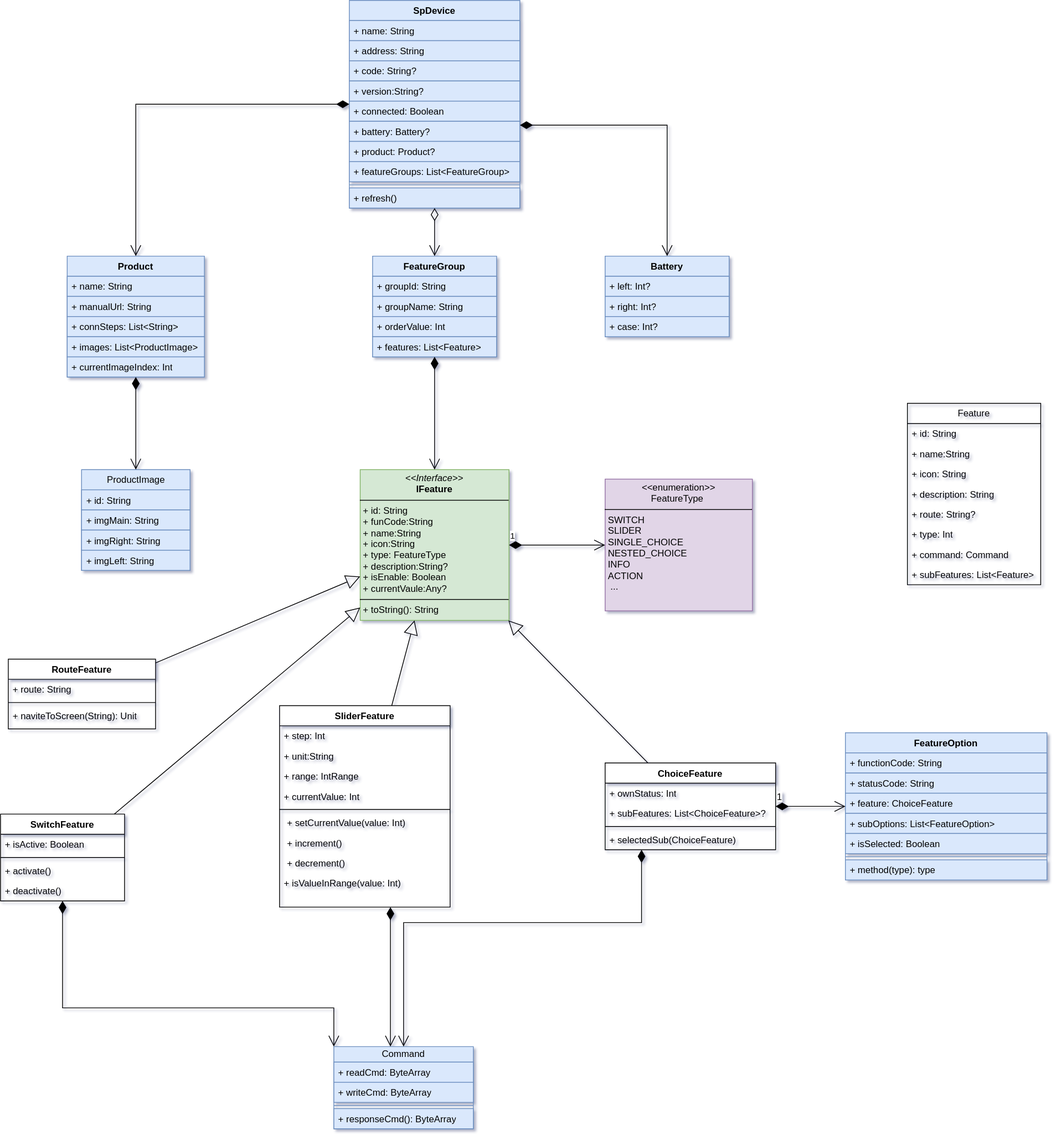
Before: sp-device.drawio.svg, a diagram exported from draw.io (kekemao00/draw-libs). Source tidied: cells renumbered, new cells last; positions are measured from the earlier drawing's top-left corner, leaving out a move shared by most shapes.
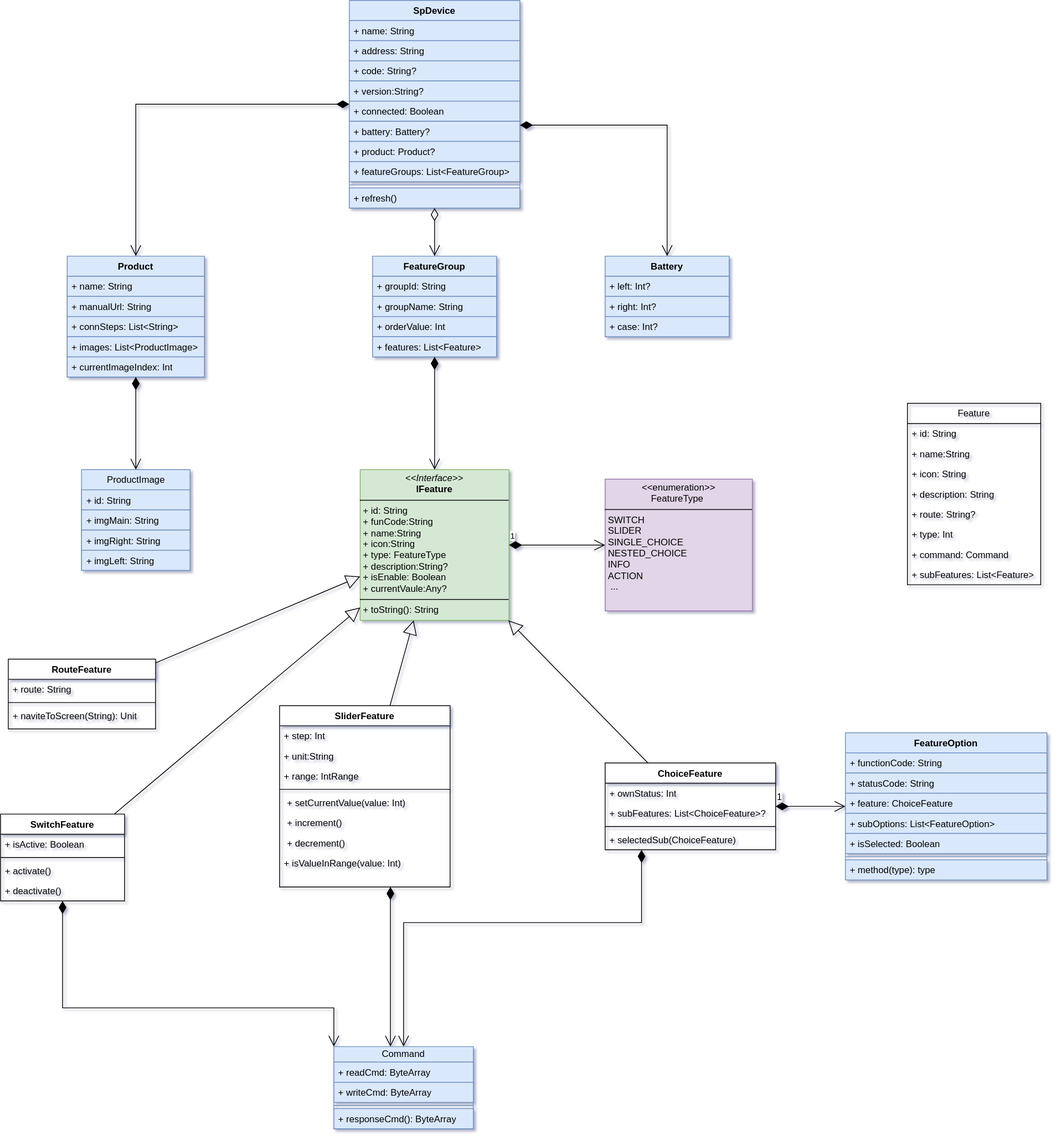
After the commit.

Diff of the diagram source:
```diff
@@ -257,7 +257,7 @@
       <mxGeometry y="86" width="160" height="26" as="geometry" />
     </mxCell>
     <mxCell id="80" value="SliderFeature" style="swimlane;fontStyle=1;align=center;verticalAlign=top;horizontal=1;startSize=26;whiteSpace=wrap;html=1;" parent="1" vertex="1">
-      <mxGeometry x="360" y="910" width="220" height="260" as="geometry" />
+      <mxGeometry x="360" y="910" width="220" height="234" as="geometry" />
     </mxCell>
     <mxCell id="81" value="+&amp;nbsp;step: Int" style="text;strokeColor=none;fillColor=none;align=left;verticalAlign=top;spacingLeft=4;spacingRight=4;overflow=hidden;whiteSpace=wrap;html=1;" parent="80" vertex="1">
       <mxGeometry y="26" width="220" height="26" as="geometry" />
@@ -268,23 +268,20 @@
     <mxCell id="83" value="+ range: IntRange" style="text;strokeColor=none;fillColor=none;align=left;verticalAlign=top;spacingLeft=4;spacingRight=4;overflow=hidden;whiteSpace=wrap;html=1;" parent="80" vertex="1">
       <mxGeometry y="78" width="220" height="26" as="geometry" />
     </mxCell>
-    <mxCell id="84" value="+&amp;nbsp;currentValue: Int" style="text;strokeColor=none;fillColor=none;align=left;verticalAlign=top;spacingLeft=4;spacingRight=4;overflow=hidden;whiteSpace=wrap;html=1;" parent="80" vertex="1">
-      <mxGeometry y="104" width="220" height="26" as="geometry" />
-    </mxCell>
     <mxCell id="85" style="line;strokeWidth=1;fillColor=none;align=left;verticalAlign=middle;spacingTop=-1;spacingLeft=3;spacingRight=3;labelPosition=right;strokeColor=inherit;" parent="80" vertex="1">
-      <mxGeometry y="130" width="220" height="8" as="geometry" />
+      <mxGeometry y="104" width="220" height="8" as="geometry" />
     </mxCell>
     <mxCell id="86" value="&lt;p style=&quot;margin: 0px 0px 0px 4px;&quot;&gt;+ setCurrentValue(value: Int)&lt;/p&gt;&lt;div&gt;&lt;br&gt;&lt;/div&gt;" style="text;strokeColor=none;fillColor=none;align=left;verticalAlign=top;spacingLeft=4;spacingRight=4;overflow=hidden;whiteSpace=wrap;html=1;" parent="80" vertex="1">
-      <mxGeometry y="138" width="220" height="26" as="geometry" />
+      <mxGeometry y="112" width="220" height="26" as="geometry" />
     </mxCell>
     <mxCell id="87" value="&lt;p style=&quot;margin: 0px 0px 0px 4px;&quot;&gt;+ increment()&lt;/p&gt;&lt;div&gt;&lt;br&gt;&lt;/div&gt;" style="text;strokeColor=none;fillColor=none;align=left;verticalAlign=top;spacingLeft=4;spacingRight=4;overflow=hidden;whiteSpace=wrap;html=1;" parent="80" vertex="1">
-      <mxGeometry y="164" width="220" height="26" as="geometry" />
+      <mxGeometry y="138" width="220" height="26" as="geometry" />
     </mxCell>
     <mxCell id="88" value="&lt;p style=&quot;margin: 0px 0px 0px 4px;&quot;&gt;+ decrement()&lt;/p&gt;&lt;div&gt;&lt;br&gt;&lt;/div&gt;" style="text;strokeColor=none;fillColor=none;align=left;verticalAlign=top;spacingLeft=4;spacingRight=4;overflow=hidden;whiteSpace=wrap;html=1;" parent="80" vertex="1">
-      <mxGeometry y="190" width="220" height="26" as="geometry" />
+      <mxGeometry y="164" width="220" height="26" as="geometry" />
     </mxCell>
     <mxCell id="89" value="+ isValueInRange(value: Int)" style="text;strokeColor=none;fillColor=none;align=left;verticalAlign=top;spacingLeft=4;spacingRight=4;overflow=hidden;whiteSpace=wrap;html=1;" parent="80" vertex="1">
-      <mxGeometry y="216" width="220" height="44" as="geometry" />
+      <mxGeometry y="190" width="220" height="44" as="geometry" />
     </mxCell>
     <mxCell id="90" value="ChoiceFeature&lt;div&gt;&lt;br&gt;&lt;div&gt;&lt;b&gt;&lt;br&gt;&lt;/b&gt;&lt;/div&gt;&lt;/div&gt;" style="swimlane;fontStyle=1;align=center;verticalAlign=top;horizontal=1;startSize=26;whiteSpace=wrap;html=1;" parent="1" vertex="1">
       <mxGeometry x="780" y="984" width="220" height="112" as="geometry" />
```
